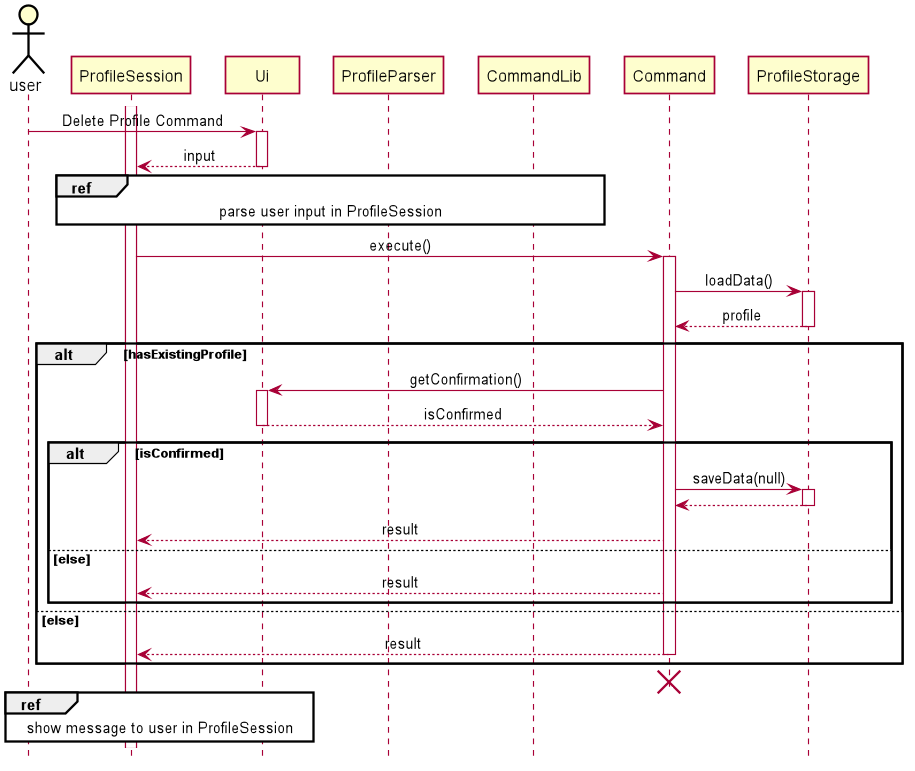
Before: docs/pictures/khoa/DeleteProfile.png, a diagram exported from PlantUML (zsk612/tp).
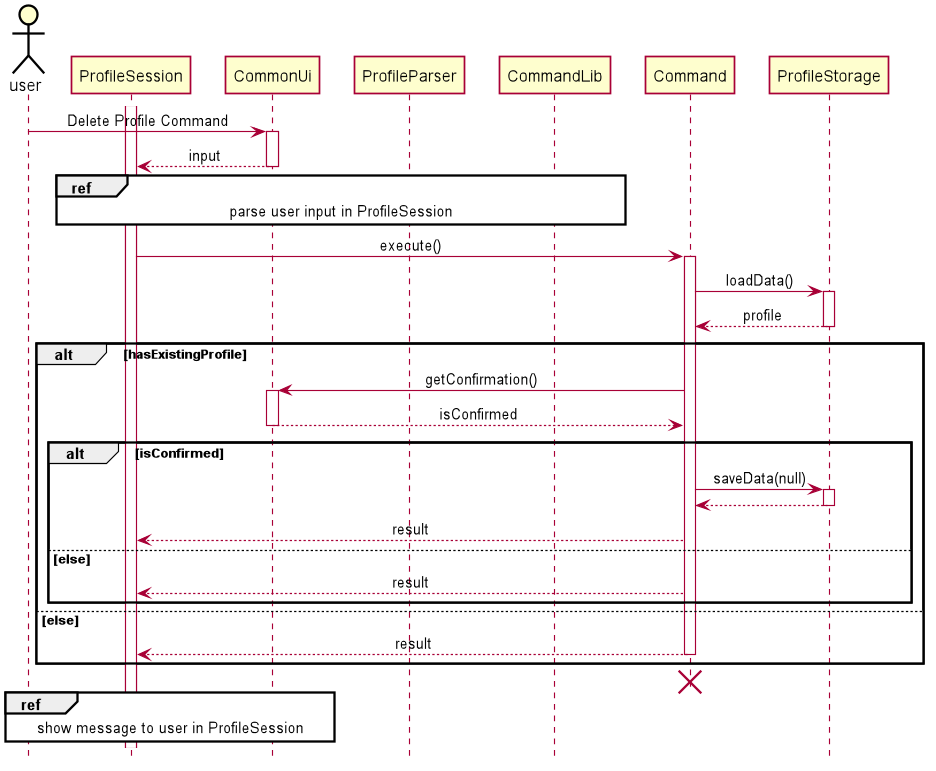
The same diagram one commit later.

What changed in the source:
```diff
@@ -5,9 +5,9 @@
 
 
 skinparam Class {
-    FontColor #FFFFFF
+    FontColor #000000
     BorderThickness 1
-    BorderColor #FFFFFF
+    BorderColor #000000
     StereotypeFontColor #FFFFFF
     FontName Arial
 }
@@ -43,8 +43,8 @@
 
 actor user
 activate ProfileSession
-user -> Ui++ : Delete Profile Command
-Ui --> ProfileSession -- : input
+user -> CommonUi++ : Delete Profile Command
+CommonUi --> ProfileSession -- : input
 
 ref over ProfileSession, ProfileParser, CommandLib: parse user input in ProfileSession
 
@@ -53,8 +53,8 @@
 ProfileStorage --> Command -- : profile
 
 alt hasExistingProfile
-    Command -> Ui ++ : getConfirmation()
-    Ui --> Command -- : isConfirmed
+    Command -> CommonUi ++ : getConfirmation()
+    CommonUi --> Command -- : isConfirmed
 
     alt isConfirmed
         Command -> ProfileStorage ++ : saveData(null)
@@ -70,6 +70,6 @@
 deactivate Command
 destroy Command
 
-ref over user, ProfileSession, Ui: show message to user in ProfileSession
+ref over user, ProfileSession, CommonUi: show message to user in ProfileSession
 
 @enduml
```
